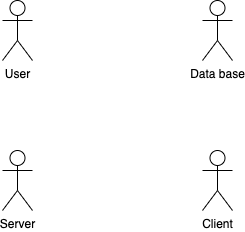
gfhuth/werewolf keeps this draw.io diagram as documentation/acteurs.png. Above is the earlier version. Source tidied: cells renumbered, new cells last; positions are measured from the earlier drawing's top-left corner, leaving out a move shared by most shapes.
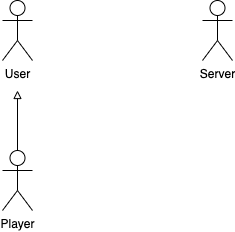
After the commit.

The edit, as a diff of the source:
```diff
@@ -5,14 +5,16 @@
     <mxCell id="2" value="User" style="shape=umlActor;verticalLabelPosition=bottom;verticalAlign=top;html=1;" parent="1" vertex="1">
       <mxGeometry width="30" height="60" as="geometry" />
     </mxCell>
-    <mxCell id="3" value="Data base" style="shape=umlActor;verticalLabelPosition=bottom;verticalAlign=top;html=1;" parent="1" vertex="1">
+    <mxCell id="3" value="Server" style="shape=umlActor;verticalLabelPosition=bottom;verticalAlign=top;html=1;" parent="1" vertex="1">
       <mxGeometry x="200" width="30" height="60" as="geometry" />
     </mxCell>
+    <mxCell id="6" style="edgeStyle=none;html=1;endArrow=block;endFill=0;" parent="1" edge="1" source="4">
+      <mxGeometry relative="1" as="geometry">
+        <mxPoint x="15" y="90" as="targetPoint" />
+      </mxGeometry>
+    </mxCell>
-    <mxCell id="4" value="Server" style="shape=umlActor;verticalLabelPosition=bottom;verticalAlign=top;html=1;" parent="1" vertex="1">
+    <mxCell id="4" value="Player" style="shape=umlActor;verticalLabelPosition=bottom;verticalAlign=top;html=1;" parent="1" vertex="1">
       <mxGeometry y="150" width="30" height="60" as="geometry" />
     </mxCell>
-    <mxCell id="5" value="Client" style="shape=umlActor;verticalLabelPosition=bottom;verticalAlign=top;html=1;" parent="1" vertex="1">
-      <mxGeometry x="200" y="150" width="30" height="60" as="geometry" />
-    </mxCell>
   </root>
 </mxGraphModel>
```
